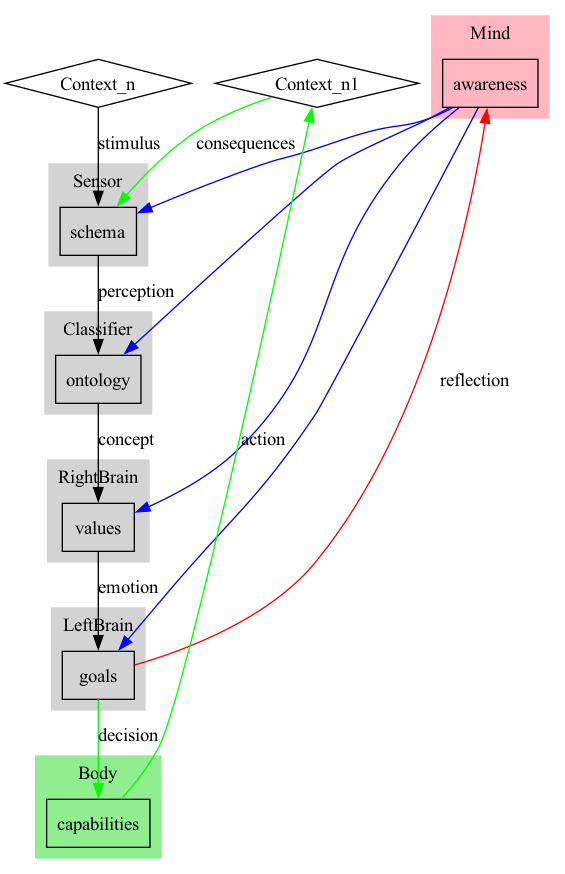
The Graphviz diagram doc/wisdom.png in TheSwanFactory/hclang, before a commit. Its source is kept beside it as doc/wisdom.DOT.
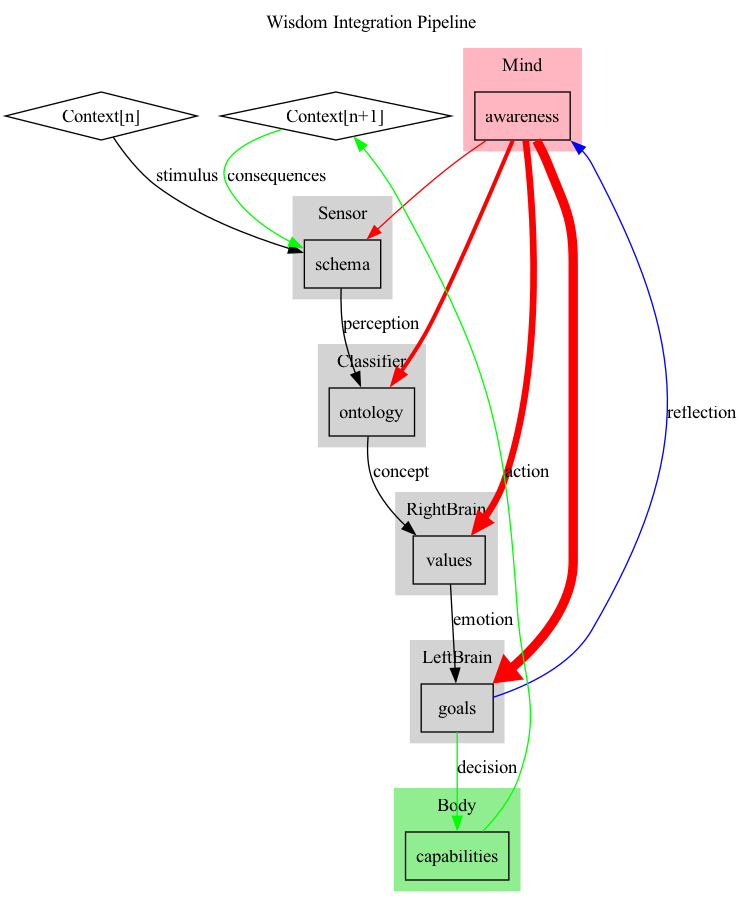
Later version of the same file.

Change to the diagram source:
```diff
@@ -1,7 +1,10 @@
 digraph WisdomIntegrationPipeline {
 
-    Context_n [shape="diamond"];
-    Context_n1 [shape="diamond"];
+    label="Wisdom Integration Pipeline"; // Add a title to the graph
+    labelloc="t"; // Position the label at the top
+
+    Context_n [shape="diamond"; label="Context[n]";];
+    Context_n1 [shape="diamond"; label="Context[n+1]";];
 
     subgraph cluster_Mind {
         label = "Mind";
@@ -55,9 +58,9 @@
     capabilities -> Context_n1 [label="action", color="green", constraint=false];
     Context_n1 -> schema [label="consequences", color="green", constraint=false];
 
-    goals -> awareness [label="reflection", color="red", constraint=false];
-    awareness -> schema [color="blue", constraint=false];
-    awareness -> ontology [color="blue", constraint=false];
-    awareness -> values [color="blue", constraint=false];
-    awareness -> goals [color="blue", constraint=false];
+    goals -> awareness [label="reflection", color="blue", constraint=false];
+    awareness -> schema [color="red", penwidth=1];
+    awareness -> ontology [color="red", penwidth=3];
+    awareness -> values [color="red", penwidth=5];
+    awareness -> goals [color="red", penwidth=7];
 }
```
